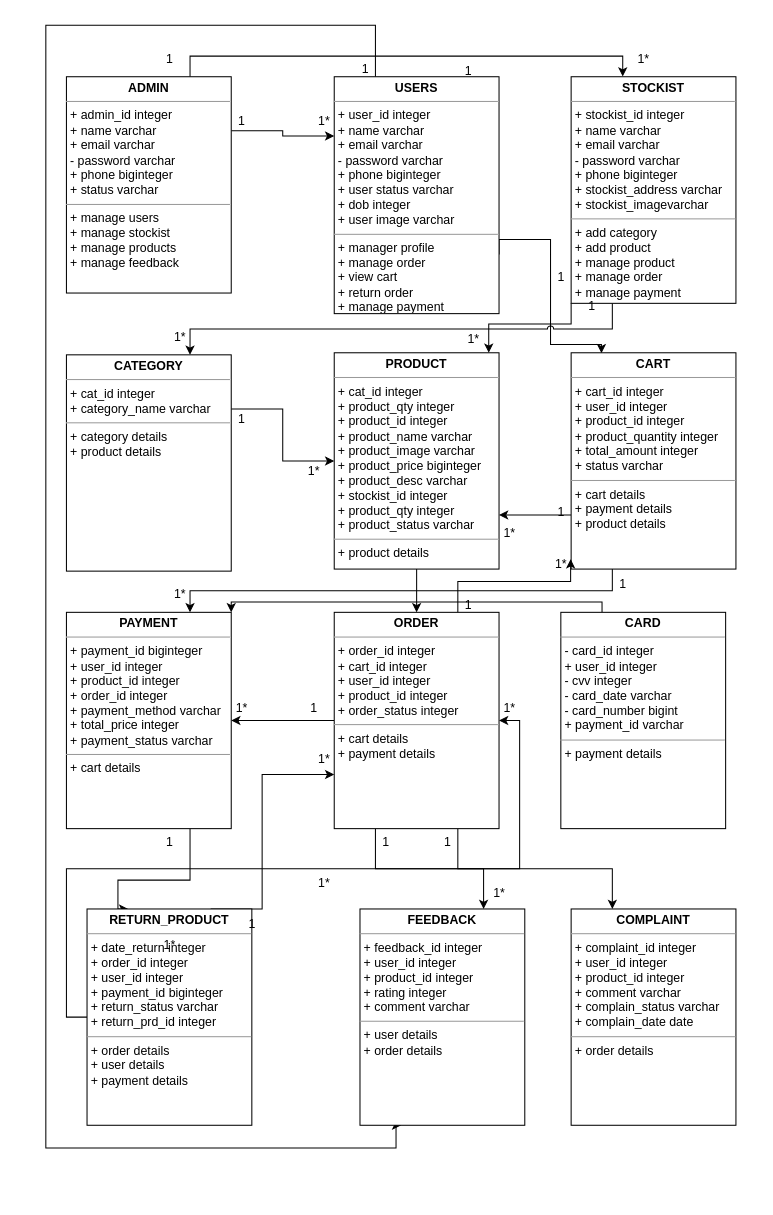
Earlier version of the draw.io diagram page "Database diagram" (8 of 18) of DOCUMENTATION.drawio (panchalbhavya2210/gift_documentation). Source tidied: cells renumbered, new cells numbered last; positions are measured from the earlier drawing's top-left corner, leaving out a move shared by most shapes. Both pictures are drawn from the tidied source at 103%, with x=0, y=0 at pixel (45, 25).
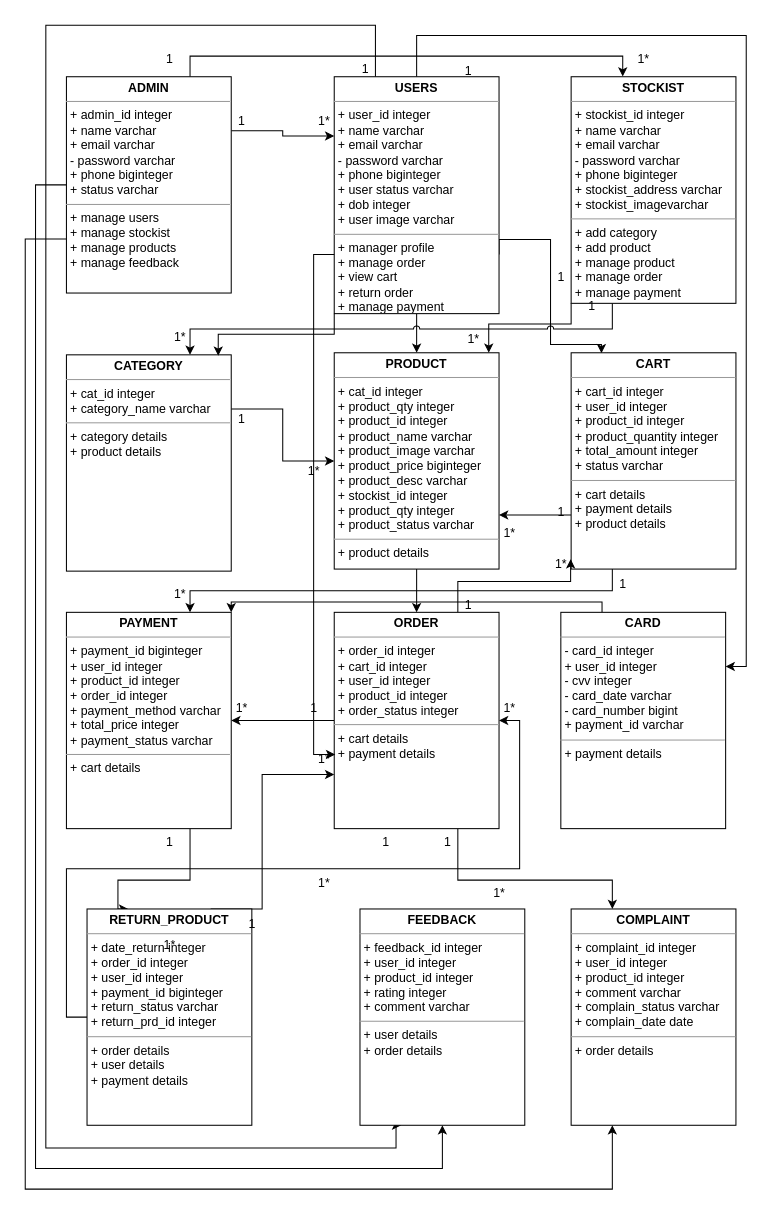
The same page after the edit.

The change refers to these unchanged cells:
```xml
<mxCell id="4" value="&lt;p style=&quot;margin:0px;margin-top:4px;text-align:center;&quot;&gt;&lt;b&gt;ADMIN&lt;/b&gt;&lt;/p&gt;&lt;hr size=&quot;1&quot;&gt;&lt;p style=&quot;margin:0px;margin-left:4px;&quot;&gt;+ admin_id integer&lt;/p&gt;&lt;p style=&quot;margin:0px;margin-left:4px;&quot;&gt;+ name varchar&lt;/p&gt;&lt;p style=&quot;margin:0px;margin-left:4px;&quot;&gt;+ email varchar&lt;/p&gt;&lt;p style=&quot;margin:0px;margin-left:4px;&quot;&gt;- password varchar&lt;/p&gt;&lt;p style=&quot;margin:0px;margin-left:4px;&quot;&gt;+ phone biginteger&lt;/p&gt;&lt;p style=&quot;margin:0px;margin-left:4px;&quot;&gt;+ status varchar&lt;/p&gt;&lt;hr size=&quot;1&quot;&gt;&lt;p style=&quot;margin:0px;margin-left:4px;&quot;&gt;+ manage users&lt;/p&gt;&lt;p style=&quot;margin:0px;margin-left:4px;&quot;&gt;+ manage stockist&lt;/p&gt;&lt;p style=&quot;margin:0px;margin-left:4px;&quot;&gt;+ manage products&lt;/p&gt;&lt;p style=&quot;margin:0px;margin-left:4px;&quot;&gt;+ manage feedback&lt;/p&gt;" style="verticalAlign=top;align=left;overflow=fill;fontSize=12;fontFamily=Helvetica;html=1;whiteSpace=wrap;" parent="1" vertex="1">
  <mxGeometry x="20" y="50" width="160" height="210" as="geometry" />
</mxCell>
<mxCell id="7" value="&lt;p style=&quot;margin:0px;margin-top:4px;text-align:center;&quot;&gt;&lt;b&gt;USERS&lt;/b&gt;&lt;/p&gt;&lt;hr size=&quot;1&quot;&gt;&lt;p style=&quot;margin:0px;margin-left:4px;&quot;&gt;+ user_id integer&lt;/p&gt;&lt;p style=&quot;margin:0px;margin-left:4px;&quot;&gt;+ name varchar&lt;/p&gt;&lt;p style=&quot;margin:0px;margin-left:4px;&quot;&gt;+ email varchar&lt;/p&gt;&lt;p style=&quot;margin:0px;margin-left:4px;&quot;&gt;- password varchar&lt;/p&gt;&lt;p style=&quot;margin:0px;margin-left:4px;&quot;&gt;+ phone biginteger&lt;/p&gt;&lt;p style=&quot;margin:0px;margin-left:4px;&quot;&gt;+ user status varchar&lt;/p&gt;&lt;p style=&quot;margin:0px;margin-left:4px;&quot;&gt;+ dob integer&lt;/p&gt;&lt;p style=&quot;margin:0px;margin-left:4px;&quot;&gt;+ user image varchar&lt;/p&gt;&lt;hr size=&quot;1&quot;&gt;&lt;p style=&quot;margin:0px;margin-left:4px;&quot;&gt;+ manager profile&lt;/p&gt;&lt;p style=&quot;margin:0px;margin-left:4px;&quot;&gt;+ manage order&lt;/p&gt;&lt;p style=&quot;margin:0px;margin-left:4px;&quot;&gt;+ view cart&lt;/p&gt;&lt;p style=&quot;margin:0px;margin-left:4px;&quot;&gt;+ return order&lt;/p&gt;&lt;p style=&quot;margin:0px;margin-left:4px;&quot;&gt;+ manage payment&lt;/p&gt;" style="verticalAlign=top;align=left;overflow=fill;fontSize=12;fontFamily=Helvetica;html=1;whiteSpace=wrap;" parent="1" vertex="1">
  <mxGeometry x="280" y="50" width="160" height="230" as="geometry" />
</mxCell>
<mxCell id="16" value="&lt;p style=&quot;margin:0px;margin-top:4px;text-align:center;&quot;&gt;&lt;b&gt;CATEGORY&lt;/b&gt;&lt;/p&gt;&lt;hr size=&quot;1&quot;&gt;&lt;p style=&quot;margin:0px;margin-left:4px;&quot;&gt;&lt;span style=&quot;background-color: initial;&quot;&gt;+ cat_id integer&lt;/span&gt;&lt;br&gt;&lt;/p&gt;&lt;p style=&quot;margin:0px;margin-left:4px;&quot;&gt;+ category_name varchar&lt;br&gt;&lt;/p&gt;&lt;hr size=&quot;1&quot;&gt;&lt;p style=&quot;margin:0px;margin-left:4px;&quot;&gt;+ category details&lt;/p&gt;&lt;p style=&quot;margin:0px;margin-left:4px;&quot;&gt;+ product details&lt;/p&gt;" style="verticalAlign=top;align=left;overflow=fill;fontSize=12;fontFamily=Helvetica;html=1;whiteSpace=wrap;" parent="1" vertex="1">
  <mxGeometry x="20" y="320" width="160" height="210" as="geometry" />
</mxCell>
<mxCell id="20" value="&lt;p style=&quot;margin:0px;margin-top:4px;text-align:center;&quot;&gt;&lt;b&gt;PRODUCT&lt;/b&gt;&lt;/p&gt;&lt;hr size=&quot;1&quot;&gt;&lt;p style=&quot;margin:0px;margin-left:4px;&quot;&gt;+ cat_id integer&lt;/p&gt;&lt;p style=&quot;margin:0px;margin-left:4px;&quot;&gt;+ product_qty integer&lt;/p&gt;&lt;p style=&quot;margin:0px;margin-left:4px;&quot;&gt;+ product_id integer&lt;/p&gt;&lt;p style=&quot;margin:0px;margin-left:4px;&quot;&gt;+ product_name varchar&lt;/p&gt;&lt;p style=&quot;margin:0px;margin-left:4px;&quot;&gt;+ product_image varchar&lt;/p&gt;&lt;p style=&quot;margin:0px;margin-left:4px;&quot;&gt;+ product_price biginteger&lt;/p&gt;&lt;p style=&quot;margin:0px;margin-left:4px;&quot;&gt;+ product_desc varchar&lt;/p&gt;&lt;p style=&quot;margin:0px;margin-left:4px;&quot;&gt;+ stockist_id integer&lt;/p&gt;&lt;p style=&quot;margin:0px;margin-left:4px;&quot;&gt;+ product_qty integer&lt;/p&gt;&lt;p style=&quot;margin:0px;margin-left:4px;&quot;&gt;+ product_status varchar&lt;/p&gt;&lt;hr size=&quot;1&quot;&gt;&lt;p style=&quot;margin:0px;margin-left:4px;&quot;&gt;+ product details&lt;/p&gt;" style="verticalAlign=top;align=left;overflow=fill;fontSize=12;fontFamily=Helvetica;html=1;whiteSpace=wrap;" parent="1" vertex="1">
  <mxGeometry x="280" y="318" width="160" height="210" as="geometry" />
</mxCell>
<mxCell id="39" value="&lt;p style=&quot;margin:0px;margin-top:4px;text-align:center;&quot;&gt;&lt;b&gt;ORDER&lt;/b&gt;&lt;/p&gt;&lt;hr size=&quot;1&quot;&gt;&lt;p style=&quot;margin:0px;margin-left:4px;&quot;&gt;+ order_id integer&lt;/p&gt;&lt;p style=&quot;margin:0px;margin-left:4px;&quot;&gt;+ cart_id integer&lt;br&gt;&lt;/p&gt;&lt;p style=&quot;margin:0px;margin-left:4px;&quot;&gt;+ user_id integer&lt;/p&gt;&lt;p style=&quot;margin:0px;margin-left:4px;&quot;&gt;+ product_id integer&lt;/p&gt;&lt;p style=&quot;margin:0px;margin-left:4px;&quot;&gt;+ order_status integer&lt;/p&gt;&lt;hr size=&quot;1&quot;&gt;&lt;p style=&quot;margin:0px;margin-left:4px;&quot;&gt;+ cart details&lt;/p&gt;&lt;p style=&quot;margin:0px;margin-left:4px;&quot;&gt;+ payment details&lt;/p&gt;" style="verticalAlign=top;align=left;overflow=fill;fontSize=12;fontFamily=Helvetica;html=1;whiteSpace=wrap;" parent="1" vertex="1">
  <mxGeometry x="280" y="570" width="160" height="210" as="geometry" />
</mxCell>
<mxCell id="48" value="&lt;p style=&quot;margin:0px;margin-top:4px;text-align:center;&quot;&gt;&lt;b&gt;FEEDBACK&lt;/b&gt;&lt;/p&gt;&lt;hr size=&quot;1&quot;&gt;&lt;p style=&quot;margin:0px;margin-left:4px;&quot;&gt;+ feedback_id integer&lt;br&gt;&lt;/p&gt;&lt;p style=&quot;margin:0px;margin-left:4px;&quot;&gt;+ user_id integer&lt;/p&gt;&lt;p style=&quot;margin:0px;margin-left:4px;&quot;&gt;+ product_id integer&lt;/p&gt;&lt;p style=&quot;margin:0px;margin-left:4px;&quot;&gt;+ rating integer&lt;/p&gt;&lt;p style=&quot;margin:0px;margin-left:4px;&quot;&gt;+ comment varchar&lt;/p&gt;&lt;hr size=&quot;1&quot;&gt;&lt;p style=&quot;margin:0px;margin-left:4px;&quot;&gt;+ user details&lt;/p&gt;&lt;p style=&quot;margin:0px;margin-left:4px;&quot;&gt;+ order details&lt;/p&gt;" style="verticalAlign=top;align=left;overflow=fill;fontSize=12;fontFamily=Helvetica;html=1;whiteSpace=wrap;" parent="1" vertex="1">
  <mxGeometry x="305" y="858" width="160" height="210" as="geometry" />
</mxCell>
<mxCell id="49" value="&lt;p style=&quot;margin:0px;margin-top:4px;text-align:center;&quot;&gt;&lt;b&gt;COMPLAINT&lt;/b&gt;&lt;/p&gt;&lt;hr size=&quot;1&quot;&gt;&lt;p style=&quot;margin:0px;margin-left:4px;&quot;&gt;+ complaint_id integer&lt;/p&gt;&lt;p style=&quot;margin:0px;margin-left:4px;&quot;&gt;+ user_id integer&lt;/p&gt;&lt;p style=&quot;margin:0px;margin-left:4px;&quot;&gt;+ product_id integer&lt;/p&gt;&lt;p style=&quot;margin:0px;margin-left:4px;&quot;&gt;+ comment varchar&lt;/p&gt;&lt;p style=&quot;margin:0px;margin-left:4px;&quot;&gt;+ complain_status varchar&lt;/p&gt;&lt;p style=&quot;margin:0px;margin-left:4px;&quot;&gt;+ complain_date date&lt;/p&gt;&lt;hr size=&quot;1&quot;&gt;&lt;p style=&quot;margin:0px;margin-left:4px;&quot;&gt;+ order details&lt;/p&gt;" style="verticalAlign=top;align=left;overflow=fill;fontSize=12;fontFamily=Helvetica;html=1;whiteSpace=wrap;" parent="1" vertex="1">
  <mxGeometry x="510" y="858" width="160" height="210" as="geometry" />
</mxCell>
<mxCell id="61" value="&lt;p style=&quot;margin:0px;margin-top:4px;text-align:center;&quot;&gt;&lt;b&gt;CARD&lt;/b&gt;&lt;/p&gt;&lt;hr size=&quot;1&quot;&gt;&lt;p style=&quot;margin:0px;margin-left:4px;&quot;&gt;- card_id integer&lt;/p&gt;&lt;p style=&quot;margin:0px;margin-left:4px;&quot;&gt;+ user_id integer&lt;br&gt;&lt;/p&gt;&lt;p style=&quot;margin:0px;margin-left:4px;&quot;&gt;- cvv integer&lt;/p&gt;&lt;p style=&quot;margin:0px;margin-left:4px;&quot;&gt;- card_date varchar&lt;/p&gt;&lt;p style=&quot;margin:0px;margin-left:4px;&quot;&gt;- card_number bigint&lt;/p&gt;&lt;p style=&quot;margin:0px;margin-left:4px;&quot;&gt;+ payment_id varchar&lt;/p&gt;&lt;hr size=&quot;1&quot;&gt;&lt;p style=&quot;margin:0px;margin-left:4px;&quot;&gt;+ payment details&lt;/p&gt;" style="verticalAlign=top;align=left;overflow=fill;fontSize=12;fontFamily=Helvetica;html=1;whiteSpace=wrap;" parent="1" vertex="1">
  <mxGeometry x="500" y="570" width="160" height="210" as="geometry" />
</mxCell>
```

The edit, as a diff of the source:
```diff
@@
+    <mxCell id="62" style="edgeStyle=orthogonalEdgeStyle;rounded=0;jettySize=auto;html=1;exitX=0;exitY=0.5;exitDx=0;exitDy=0;entryX=0.5;entryY=1;entryDx=0;entryDy=0;" parent="1" edge="1" source="4" target="48">
+      <mxGeometry relative="1" as="geometry">
+        <Array as="points">
+          <mxPoint x="-10" y="155" />
+          <mxPoint x="-10" y="1110" />
+          <mxPoint x="385" y="1110" />
+        </Array>
+      </mxGeometry>
+    </mxCell>
+    <mxCell id="63" style="edgeStyle=orthogonalEdgeStyle;rounded=0;jettySize=auto;html=1;exitX=0;exitY=0.75;exitDx=0;exitDy=0;entryX=0.25;entryY=1;entryDx=0;entryDy=0;" parent="1" edge="1" source="4" target="49">
+      <mxGeometry relative="1" as="geometry">
+        <Array as="points">
+          <mxPoint x="-20" y="207" />
+          <mxPoint x="-20" y="1130" />
+          <mxPoint x="550" y="1130" />
+        </Array>
+      </mxGeometry>
+    </mxCell>
@@
+    <mxCell id="64" style="edgeStyle=orthogonalEdgeStyle;rounded=0;jettySize=auto;html=1;exitX=0.5;exitY=1;exitDx=0;exitDy=0;entryX=0.5;entryY=0;entryDx=0;entryDy=0;" parent="1" edge="1" source="7" target="20">
+      <mxGeometry relative="1" as="geometry" />
+    </mxCell>
+    <mxCell id="65" style="edgeStyle=orthogonalEdgeStyle;rounded=0;jettySize=auto;html=1;exitX=0.5;exitY=0;exitDx=0;exitDy=0;entryX=1;entryY=0.25;entryDx=0;entryDy=0;" parent="1" edge="1" source="7" target="61">
+      <mxGeometry relative="1" as="geometry">
+        <Array as="points">
+          <mxPoint x="360" y="10" />
+          <mxPoint x="680" y="10" />
+          <mxPoint x="680" y="623" />
+        </Array>
+      </mxGeometry>
+    </mxCell>
@@
-    <mxCell id="37" style="edgeStyle=orthogonalEdgeStyle;rounded=0;jettySize=auto;html=1;exitX=0.25;exitY=1;exitDx=0;exitDy=0;entryX=0.75;entryY=0;entryDx=0;entryDy=0;" parent="1" edge="1" source="39" target="48">
-      <mxGeometry relative="1" as="geometry" />
-    </mxCell>
     <mxCell id="38" style="edgeStyle=orthogonalEdgeStyle;rounded=0;jettySize=auto;html=1;exitX=0.75;exitY=1;exitDx=0;exitDy=0;entryX=0.25;entryY=0;entryDx=0;entryDy=0;" parent="1" edge="1" source="39" target="49">
-      <mxGeometry relative="1" as="geometry" />
+      <mxGeometry relative="1" as="geometry">
+        <Array as="points">
+          <mxPoint x="400" y="830" />
+          <mxPoint x="550" y="830" />
+        </Array>
+      </mxGeometry>
     </mxCell>
@@
+    <mxCell id="66" style="edgeStyle=orthogonalEdgeStyle;rounded=0;jettySize=auto;html=1;exitX=0;exitY=0.75;exitDx=0;exitDy=0;entryX=0.006;entryY=0.657;entryDx=0;entryDy=0;entryPerimeter=0;" parent="1" edge="1" source="7" target="39">
+      <mxGeometry relative="1" as="geometry" />
+    </mxCell>
+    <mxCell id="67" style="edgeStyle=orthogonalEdgeStyle;rounded=0;jettySize=auto;html=1;exitX=0;exitY=1;exitDx=0;exitDy=0;entryX=0.921;entryY=0.004;entryDx=0;entryDy=0;entryPerimeter=0;" parent="1" edge="1" source="7" target="16">
+      <mxGeometry relative="1" as="geometry" />
+    </mxCell>
```
